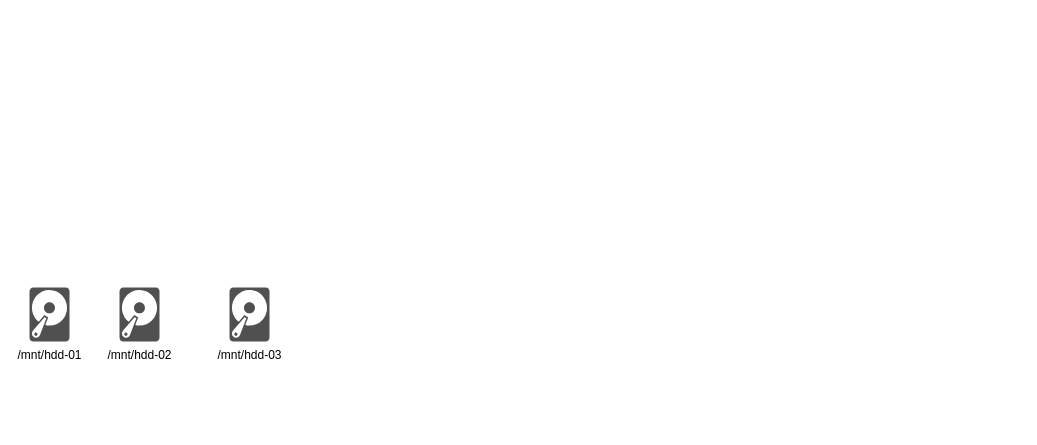
This is page "NAS Storage" (1 of 2) of diagrams/nas.drawio from jordantshaw/homelab-docs, a draw.io file, before an edit. Source tidied: cells renumbered, new cells numbered last; positions are measured from the earlier drawing's top-left corner, leaving out a move shared by most shapes. Both pictures are drawn from the tidied source at 100%, with x=0, y=0 at pixel (29, 287).
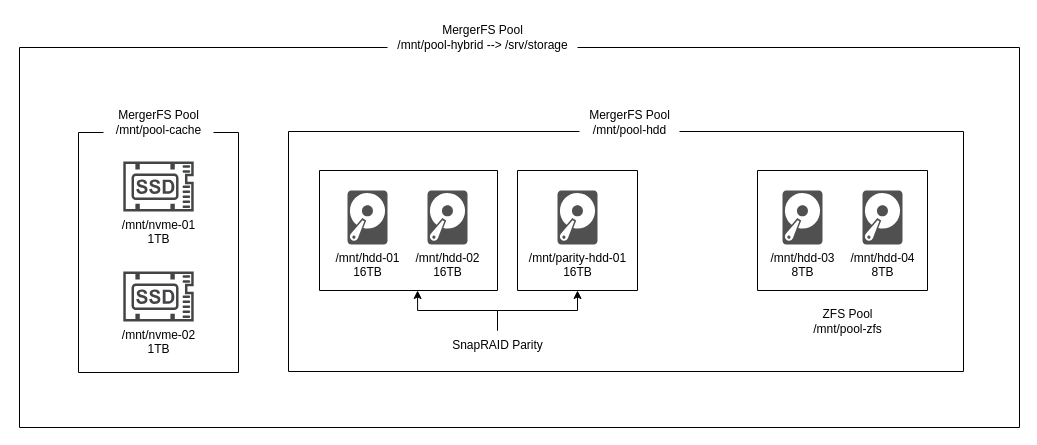
The same page after the edit.

The edit, as a diff of the source:
```diff
@@
-<mxGraphModel>
+<mxGraphModel background="#ffffff">
@@
-    <mxCell id="2" value="/mnt/hdd-01&lt;div&gt;&lt;br&gt;&lt;/div&gt;" style="sketch=0;shadow=0;dashed=0;html=1;strokeColor=none;fillColor=#505050;labelPosition=center;verticalLabelPosition=bottom;verticalAlign=top;align=center;shape=mxgraph.office.devices.hard_disk;" parent="1" vertex="1">
-      <mxGeometry width="40" height="54" as="geometry" />
+    <mxCell id="2" value="/mnt/hdd-01&lt;div&gt;16TB&lt;/div&gt;" style="sketch=0;shadow=0;dashed=0;html=1;strokeColor=none;fillColor=#505050;labelPosition=center;verticalLabelPosition=bottom;verticalAlign=top;align=center;shape=mxgraph.office.devices.hard_disk;" parent="1" vertex="1">
+      <mxGeometry x="318" y="-97" width="40" height="54" as="geometry" />
     </mxCell>
-    <mxCell id="3" value="&lt;div&gt;/mnt/hdd-02&lt;/div&gt;" style="sketch=0;shadow=0;dashed=0;html=1;strokeColor=none;fillColor=#505050;labelPosition=center;verticalLabelPosition=bottom;verticalAlign=top;align=center;shape=mxgraph.office.devices.hard_disk;" parent="1" vertex="1">
-      <mxGeometry x="90" width="40" height="54" as="geometry" />
+    <mxCell id="3" value="&lt;div&gt;/mnt/hdd-02&lt;/div&gt;&lt;div&gt;16TB&lt;/div&gt;" style="sketch=0;shadow=0;dashed=0;html=1;strokeColor=none;fillColor=#505050;labelPosition=center;verticalLabelPosition=bottom;verticalAlign=top;align=center;shape=mxgraph.office.devices.hard_disk;" parent="1" vertex="1">
+      <mxGeometry x="398" y="-97" width="40" height="54" as="geometry" />
     </mxCell>
-    <mxCell id="4" value="/mnt/hdd-03&lt;div&gt;&lt;div&gt;&lt;br&gt;&lt;/div&gt;&lt;/div&gt;" style="sketch=0;shadow=0;dashed=0;html=1;strokeColor=none;fillColor=#505050;labelPosition=center;verticalLabelPosition=bottom;verticalAlign=top;align=center;shape=mxgraph.office.devices.hard_disk;" parent="1" vertex="1">
-      <mxGeometry x="200" width="40" height="54" as="geometry" />
+    <mxCell id="4" value="/mnt/parity-hdd-01&lt;div&gt;16TB&lt;br&gt;&lt;div&gt;&lt;div&gt;&lt;div&gt;&lt;br&gt;&lt;/div&gt;&lt;/div&gt;&lt;/div&gt;&lt;/div&gt;" style="sketch=0;shadow=0;dashed=0;html=1;strokeColor=none;fillColor=#505050;labelPosition=center;verticalLabelPosition=bottom;verticalAlign=top;align=center;shape=mxgraph.office.devices.hard_disk;" parent="1" vertex="1">
+      <mxGeometry x="528" y="-97" width="40" height="54" as="geometry" />
     </mxCell>
+    <mxCell id="5" value="/mnt/hdd-03&lt;div&gt;&lt;div&gt;8TB&lt;/div&gt;&lt;/div&gt;" style="sketch=0;shadow=0;dashed=0;html=1;strokeColor=none;fillColor=#505050;labelPosition=center;verticalLabelPosition=bottom;verticalAlign=top;align=center;shape=mxgraph.office.devices.hard_disk;" parent="1" vertex="1">
+      <mxGeometry x="753" y="-97" width="40" height="54" as="geometry" />
+    </mxCell>
+    <mxCell id="6" value="&lt;div&gt;/mnt/hdd-04&lt;/div&gt;&lt;div&gt;8TB&lt;/div&gt;" style="sketch=0;shadow=0;dashed=0;html=1;strokeColor=none;fillColor=#505050;labelPosition=center;verticalLabelPosition=bottom;verticalAlign=top;align=center;shape=mxgraph.office.devices.hard_disk;" parent="1" vertex="1">
+      <mxGeometry x="833" y="-97" width="40" height="54" as="geometry" />
+    </mxCell>
+    <mxCell id="7" style="swimlane;startSize=0;" parent="1" vertex="1">
+      <mxGeometry x="290" y="-117" width="178" height="120" as="geometry" />
+    </mxCell>
+    <mxCell id="8" style="swimlane;startSize=0;" parent="1" vertex="1">
+      <mxGeometry x="488" y="-117" width="120" height="120" as="geometry" />
+    </mxCell>
+    <mxCell id="9" value="&lt;div&gt;ZFS Pool&lt;/div&gt;/mnt/pool-zfs" style="text;html=1;align=center;verticalAlign=middle;strokeColor=none;fillColor=none;" parent="1" vertex="1">
+      <mxGeometry x="773" y="14" width="90" height="40" as="geometry" />
+    </mxCell>
+    <mxCell id="10" style="edgeStyle=orthogonalEdgeStyle;rounded=0;jettySize=auto;html=1;entryX=0.5;entryY=1;entryDx=0;entryDy=0;" parent="1" edge="1" source="11" target="8">
+      <mxGeometry relative="1" as="geometry" />
+    </mxCell>
+    <mxCell id="11" value="SnapRAID Parity" style="text;html=1;align=center;verticalAlign=middle;points=[];strokeColor=none;fillColor=none;" parent="1" vertex="1">
+      <mxGeometry x="413" y="43" width="110" height="30" as="geometry" />
+    </mxCell>
+    <mxCell id="12" style="edgeStyle=orthogonalEdgeStyle;rounded=0;jettySize=auto;html=1;entryX=0.551;entryY=1;entryDx=0;entryDy=0;entryPerimeter=0;" parent="1" edge="1" source="11" target="7">
+      <mxGeometry relative="1" as="geometry" />
+    </mxCell>
+    <mxCell id="13" style="swimlane;startSize=0;" parent="1" vertex="1">
+      <mxGeometry x="728" y="-117" width="170" height="120" as="geometry" />
+    </mxCell>
+    <mxCell id="14" style="swimlane;startSize=0;" parent="1" vertex="1">
+      <mxGeometry x="259" y="-156" width="675" height="240" as="geometry" />
+    </mxCell>
+    <mxCell id="15" style="swimlane;startSize=0;" parent="1" vertex="1">
+      <mxGeometry x="-10" y="-240" width="1000" height="380" as="geometry" />
+    </mxCell>
+    <mxCell id="16" value="MergerFS Pool&lt;div&gt;/mnt/pool-hdd&lt;/div&gt;" style="text;html=1;align=center;verticalAlign=middle;rounded=0;shadow=0;glass=0;fillColor=default;" parent="15" vertex="1">
+      <mxGeometry x="560" y="55" width="100" height="40" as="geometry" />
+    </mxCell>
+    <mxCell id="17" style="swimlane;startSize=0;" parent="15" vertex="1">
+      <mxGeometry x="59" y="85" width="160" height="240" as="geometry" />
+    </mxCell>
+    <mxCell id="18" value="/mnt/nvme-01&lt;div&gt;1TB&lt;/div&gt;" style="sketch=0;shadow=0;dashed=0;html=1;strokeColor=none;fillColor=#434445;labelPosition=center;verticalLabelPosition=bottom;verticalAlign=top;align=center;shape=mxgraph.vvd.ssd;" parent="17" vertex="1">
+      <mxGeometry x="44.8" y="29" width="70.4" height="50" as="geometry" />
+    </mxCell>
+    <mxCell id="19" value="/mnt/nvme-02&lt;div&gt;1TB&lt;/div&gt;" style="sketch=0;shadow=0;dashed=0;html=1;strokeColor=none;fillColor=#434445;labelPosition=center;verticalLabelPosition=bottom;verticalAlign=top;align=center;shape=mxgraph.vvd.ssd;" parent="17" vertex="1">
+      <mxGeometry x="44.8" y="139" width="70.4" height="50" as="geometry" />
+    </mxCell>
+    <mxCell id="20" value="MergerFS Pool&lt;div&gt;/mnt/pool-cache&lt;/div&gt;" style="text;html=1;align=center;verticalAlign=middle;rounded=0;shadow=0;glass=0;fillColor=default;" parent="15" vertex="1">
+      <mxGeometry x="84" y="55" width="110" height="40" as="geometry" />
+    </mxCell>
+    <mxCell id="21" value="MergerFS Pool&lt;div&gt;/mnt/pool-hybrid --&amp;gt; /srv/storage&lt;/div&gt;" style="text;html=1;align=center;verticalAlign=middle;rounded=0;shadow=0;glass=0;fillColor=default;" parent="1" vertex="1">
+      <mxGeometry x="358" y="-270" width="190" height="40" as="geometry" />
+    </mxCell>
```
